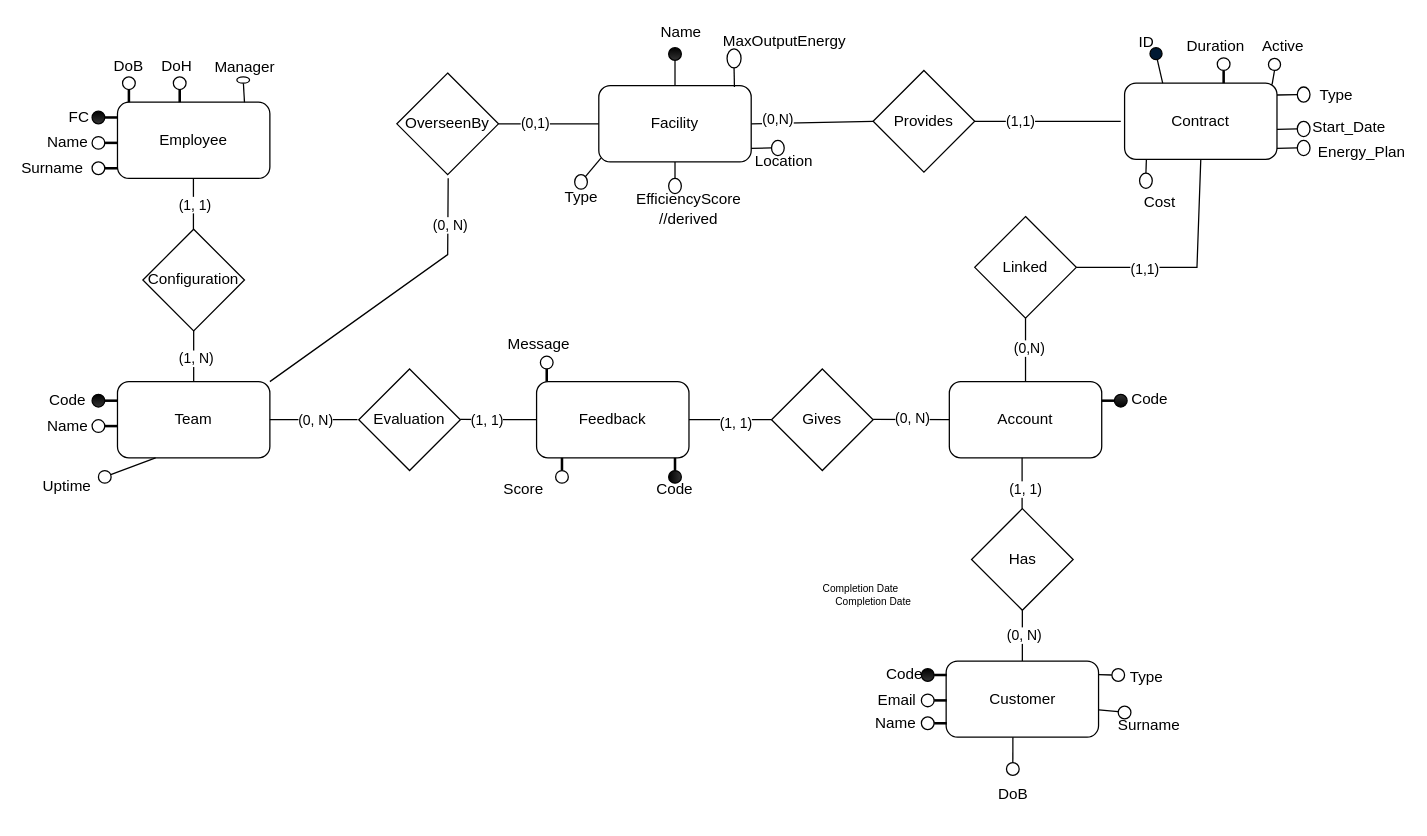
Earlier version of the draw.io diagram Exam/Documentation/Draw/ER.drawio (Fonty02/DBSystems). Source tidied: cells renumbered, new cells numbered last; positions are measured from the earlier drawing's top-left corner, leaving out a move shared by most shapes. Both pictures are drawn from the tidied source at 127%, with x=0, y=0 at pixel (28, 20).
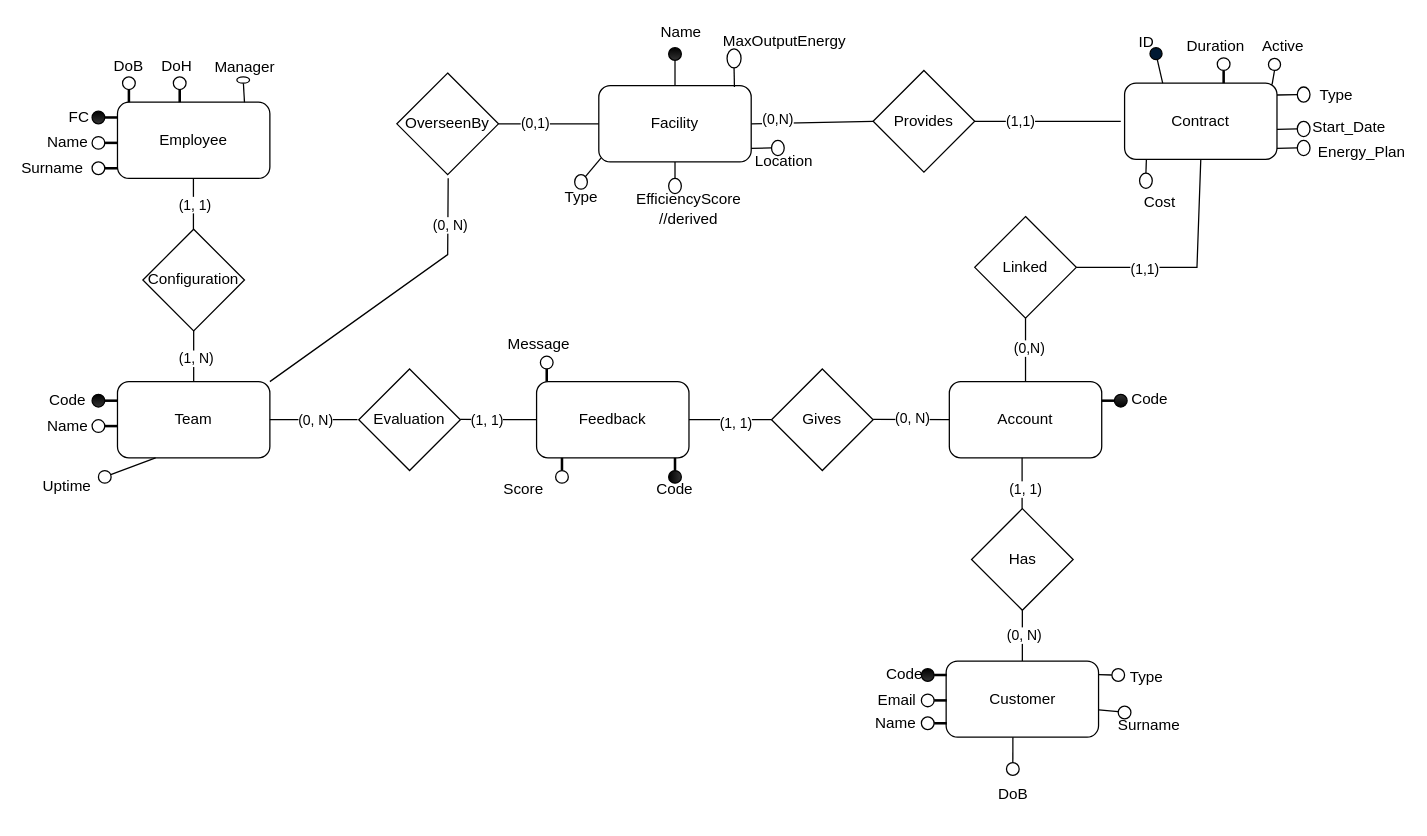
The same diagram, later.

The edit, as a diff of the source:
```diff
@@
-    <mxCell id="88" value="&lt;font style=&quot;font-size: 8px;&quot;&gt;Completion Date&lt;/font&gt;" style="text;html=1;align=center;verticalAlign=middle;whiteSpace=wrap;rounded=0;" parent="1" vertex="1">
-      <mxGeometry x="618.5" y="441" width="72.5" height="10" as="geometry" />
-    </mxCell>
-    <mxCell id="89" value="&lt;font style=&quot;font-size: 8px;&quot;&gt;Completion Date&lt;/font&gt;" style="text;html=1;align=center;verticalAlign=middle;whiteSpace=wrap;rounded=0;" parent="1" vertex="1">
-      <mxGeometry x="628.5" y="451" width="72.5" height="10" as="geometry" />
-    </mxCell>
```
